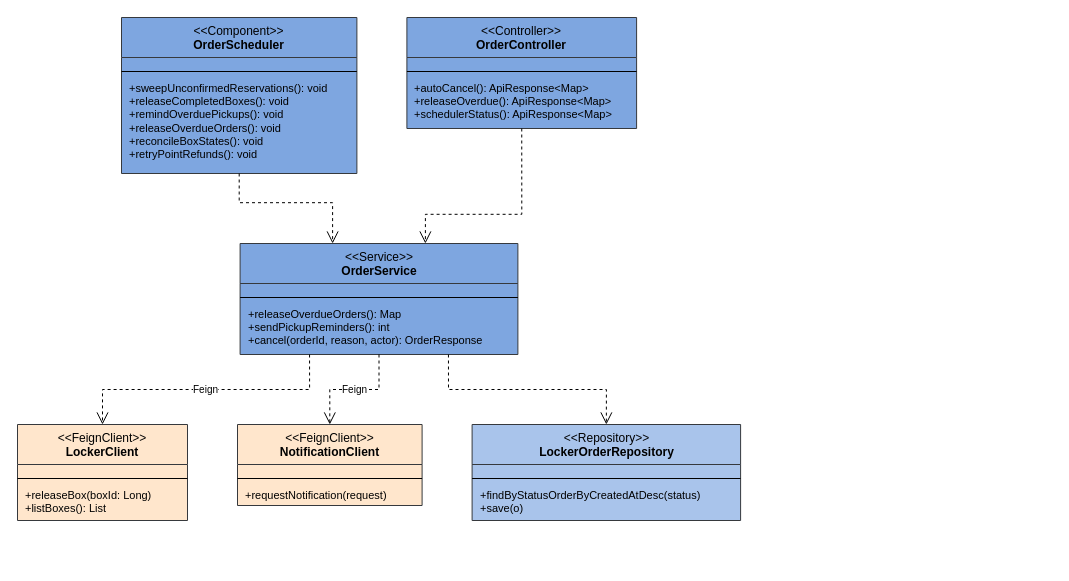
This is rp4/sdd-assets/drawio/cls_scheduler.drawio from LockR-Tech/docs, a draw.io file, before an edit. Source tidied: cells renumbered, new cells numbered last; positions are measured from the earlier drawing's top-left corner, leaving out a move shared by most shapes. Both pictures are drawn from the tidied source at 100%, with x=0, y=0 at pixel (17, 17).
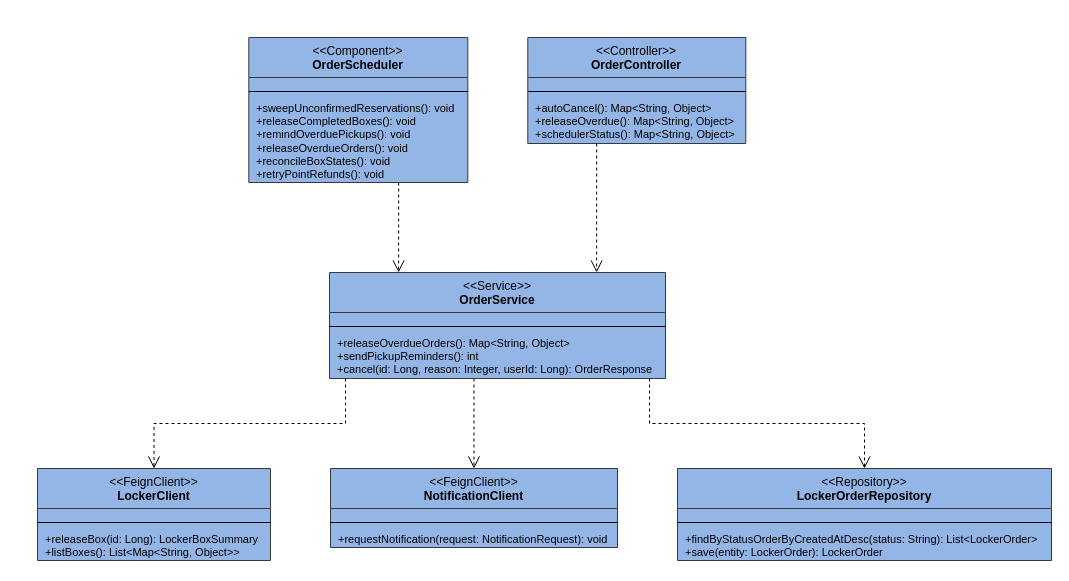
The same page after the edit.

The edit, as a diff of the source:
```diff
@@
-    <mxCell id="2" value="&amp;lt;&amp;lt;Component&amp;gt;&amp;gt;&lt;br&gt;&lt;b&gt;OrderScheduler&lt;/b&gt;" style="swimlane;fontStyle=0;align=center;verticalAlign=top;horizontal=1;startSize=40;html=1;whiteSpace=wrap;fillColor=#7EA6E0;swimlaneFillColor=#7EA6E0;strokeColor=#36393d;fontSize=12;" parent="1" vertex="1">
-      <mxGeometry x="104" width="235.4" height="156" as="geometry" />
+    <mxCell id="2" value="&amp;lt;&amp;lt;Component&amp;gt;&amp;gt;&lt;br&gt;&lt;b&gt;OrderScheduler&lt;/b&gt;" style="swimlane;fontStyle=0;align=center;verticalAlign=top;horizontal=1;startSize=40;html=1;whiteSpace=wrap;fillColor=#94B6E7;swimlaneFillColor=#94B6E7;strokeColor=#36393d;fontSize=12;" parent="1" vertex="1">
+      <mxGeometry x="231.3" y="20" width="219" height="145" as="geometry" />
     </mxCell>
     <mxCell id="3" style="text;strokeColor=none;fillColor=none;align=left;verticalAlign=top;spacingLeft=6;spacingRight=4;overflow=hidden;html=1;whiteSpace=nowrap;fontSize=11;" parent="2" vertex="1">
-      <mxGeometry y="40" width="235.4" height="10" as="geometry" />
+      <mxGeometry y="40" width="219" height="10" as="geometry" />
     </mxCell>
     <mxCell id="4" style="line;strokeWidth=1;fillColor=none;align=left;verticalAlign=middle;spacingTop=-1;spacingLeft=3;spacingRight=3;labelPosition=right;" parent="2" vertex="1">
-      <mxGeometry y="50" width="235.4" height="8" as="geometry" />
+      <mxGeometry y="50" width="219" height="8" as="geometry" />
     </mxCell>
     <mxCell id="5" value="+sweepUnconfirmedReservations(): void&lt;br&gt;+releaseCompletedBoxes(): void&lt;br&gt;+remindOverduePickups(): void&lt;br&gt;+releaseOverdueOrders(): void&lt;br&gt;+reconcileBoxStates(): void&lt;br&gt;+retryPointRefunds(): void" style="text;strokeColor=none;fillColor=none;align=left;verticalAlign=top;spacingLeft=6;spacingRight=4;overflow=hidden;html=1;whiteSpace=nowrap;fontSize=11;" parent="2" vertex="1">
-      <mxGeometry y="58" width="235.4" height="98" as="geometry" />
+      <mxGeometry y="58" width="219" height="87" as="geometry" />
     </mxCell>
-    <mxCell id="6" value="&amp;lt;&amp;lt;Controller&amp;gt;&amp;gt;&lt;br&gt;&lt;b&gt;OrderController&lt;/b&gt;" style="swimlane;fontStyle=0;align=center;verticalAlign=top;horizontal=1;startSize=40;html=1;whiteSpace=wrap;fillColor=#7EA6E0;swimlaneFillColor=#7EA6E0;strokeColor=#36393d;fontSize=12;" parent="1" vertex="1">
-      <mxGeometry x="389.4" width="229.7" height="111" as="geometry" />
+    <mxCell id="6" value="&amp;lt;&amp;lt;Controller&amp;gt;&amp;gt;&lt;br&gt;&lt;b&gt;OrderController&lt;/b&gt;" style="swimlane;fontStyle=0;align=center;verticalAlign=top;horizontal=1;startSize=40;html=1;whiteSpace=wrap;fillColor=#94B6E7;swimlaneFillColor=#94B6E7;strokeColor=#36393d;fontSize=12;" parent="1" vertex="1">
+      <mxGeometry x="510.3" y="20" width="218" height="106" as="geometry" />
     </mxCell>
     <mxCell id="7" style="text;strokeColor=none;fillColor=none;align=left;verticalAlign=top;spacingLeft=6;spacingRight=4;overflow=hidden;html=1;whiteSpace=nowrap;fontSize=11;" parent="6" vertex="1">
-      <mxGeometry y="40" width="229.7" height="10" as="geometry" />
+      <mxGeometry y="40" width="218" height="10" as="geometry" />
     </mxCell>
     <mxCell id="8" style="line;strokeWidth=1;fillColor=none;align=left;verticalAlign=middle;spacingTop=-1;spacingLeft=3;spacingRight=3;labelPosition=right;" parent="6" vertex="1">
-      <mxGeometry y="50" width="229.7" height="8" as="geometry" />
+      <mxGeometry y="50" width="218" height="8" as="geometry" />
     </mxCell>
-    <mxCell id="9" value="+autoCancel(): ApiResponse&amp;lt;Map&amp;gt;&lt;br&gt;+releaseOverdue(): ApiResponse&amp;lt;Map&amp;gt;&lt;br&gt;+schedulerStatus(): ApiResponse&amp;lt;Map&amp;gt;" style="text;strokeColor=none;fillColor=none;align=left;verticalAlign=top;spacingLeft=6;spacingRight=4;overflow=hidden;html=1;whiteSpace=nowrap;fontSize=11;" parent="6" vertex="1">
-      <mxGeometry y="58" width="229.7" height="53" as="geometry" />
+    <mxCell id="9" value="+autoCancel(): Map&amp;lt;String, Object&amp;gt;&lt;br&gt;+releaseOverdue(): Map&amp;lt;String, Object&amp;gt;&lt;br&gt;+schedulerStatus(): Map&amp;lt;String, Object&amp;gt;" style="text;strokeColor=none;fillColor=none;align=left;verticalAlign=top;spacingLeft=6;spacingRight=4;overflow=hidden;html=1;whiteSpace=nowrap;fontSize=11;" parent="6" vertex="1">
+      <mxGeometry y="58" width="218" height="48" as="geometry" />
     </mxCell>
-    <mxCell id="10" value="&amp;lt;&amp;lt;Service&amp;gt;&amp;gt;&lt;br&gt;&lt;b&gt;OrderService&lt;/b&gt;" style="swimlane;fontStyle=0;align=center;verticalAlign=top;horizontal=1;startSize=40;html=1;whiteSpace=wrap;fillColor=#7EA6E0;swimlaneFillColor=#7EA6E0;strokeColor=#36393d;fontSize=12;" parent="1" vertex="1">
-      <mxGeometry x="222.6" y="226" width="277.8" height="111" as="geometry" />
+    <mxCell id="10" value="&amp;lt;&amp;lt;Service&amp;gt;&amp;gt;&lt;br&gt;&lt;b&gt;OrderService&lt;/b&gt;" style="swimlane;fontStyle=0;align=center;verticalAlign=top;horizontal=1;startSize=40;html=1;whiteSpace=wrap;fillColor=#94B6E7;swimlaneFillColor=#94B6E7;strokeColor=#36393d;fontSize=12;" parent="1" vertex="1">
+      <mxGeometry x="312" y="255" width="336" height="106" as="geometry" />
     </mxCell>
     <mxCell id="11" style="text;strokeColor=none;fillColor=none;align=left;verticalAlign=top;spacingLeft=6;spacingRight=4;overflow=hidden;html=1;whiteSpace=nowrap;fontSize=11;" parent="10" vertex="1">
-      <mxGeometry y="40" width="277.8" height="10" as="geometry" />
+      <mxGeometry y="40" width="336" height="10" as="geometry" />
     </mxCell>
     <mxCell id="12" style="line;strokeWidth=1;fillColor=none;align=left;verticalAlign=middle;spacingTop=-1;spacingLeft=3;spacingRight=3;labelPosition=right;" parent="10" vertex="1">
-      <mxGeometry y="50" width="277.8" height="8" as="geometry" />
+      <mxGeometry y="50" width="336" height="8" as="geometry" />
     </mxCell>
-    <mxCell id="13" value="+releaseOverdueOrders(): Map&lt;br&gt;+sendPickupReminders(): int&lt;br&gt;+cancel(orderId, reason, actor): OrderResponse" style="text;strokeColor=none;fillColor=none;align=left;verticalAlign=top;spacingLeft=6;spacingRight=4;overflow=hidden;html=1;whiteSpace=nowrap;fontSize=11;" parent="10" vertex="1">
-      <mxGeometry y="58" width="277.8" height="53" as="geometry" />
+    <mxCell id="13" value="+releaseOverdueOrders(): Map&amp;lt;String, Object&amp;gt;&lt;br&gt;+sendPickupReminders(): int&lt;br&gt;+cancel(id: Long, reason: Integer, userId: Long): OrderResponse" style="text;strokeColor=none;fillColor=none;align=left;verticalAlign=top;spacingLeft=6;spacingRight=4;overflow=hidden;html=1;whiteSpace=nowrap;fontSize=11;" parent="10" vertex="1">
+      <mxGeometry y="58" width="336" height="48" as="geometry" />
     </mxCell>
-    <mxCell id="14" value="&amp;lt;&amp;lt;FeignClient&amp;gt;&amp;gt;&lt;br&gt;&lt;b&gt;LockerClient&lt;/b&gt;" style="swimlane;fontStyle=0;align=center;verticalAlign=top;horizontal=1;startSize=40;html=1;whiteSpace=wrap;fillColor=#FFE6CC;swimlaneFillColor=#FFE6CC;strokeColor=#36393d;fontSize=12;" parent="1" vertex="1">
-      <mxGeometry y="407" width="170" height="96" as="geometry" />
+    <mxCell id="14" value="&amp;lt;&amp;lt;FeignClient&amp;gt;&amp;gt;&lt;br&gt;&lt;b&gt;LockerClient&lt;/b&gt;" style="swimlane;fontStyle=0;align=center;verticalAlign=top;horizontal=1;startSize=40;html=1;whiteSpace=wrap;fillColor=#94B6E7;swimlaneFillColor=#94B6E7;strokeColor=#36393d;fontSize=12;" parent="1" vertex="1">
+      <mxGeometry x="20" y="451" width="233" height="92" as="geometry" />
     </mxCell>
     <mxCell id="15" style="text;strokeColor=none;fillColor=none;align=left;verticalAlign=top;spacingLeft=6;spacingRight=4;overflow=hidden;html=1;whiteSpace=nowrap;fontSize=11;" parent="14" vertex="1">
-      <mxGeometry y="40" width="170" height="10" as="geometry" />
+      <mxGeometry y="40" width="233" height="10" as="geometry" />
     </mxCell>
     <mxCell id="16" style="line;strokeWidth=1;fillColor=none;align=left;verticalAlign=middle;spacingTop=-1;spacingLeft=3;spacingRight=3;labelPosition=right;" parent="14" vertex="1">
-      <mxGeometry y="50" width="170" height="8" as="geometry" />
+      <mxGeometry y="50" width="233" height="8" as="geometry" />
     </mxCell>
-    <mxCell id="17" value="+releaseBox(boxId: Long)&lt;br&gt;+listBoxes(): List" style="text;strokeColor=none;fillColor=none;align=left;verticalAlign=top;spacingLeft=6;spacingRight=4;overflow=hidden;html=1;whiteSpace=nowrap;fontSize=11;" parent="14" vertex="1">
-      <mxGeometry y="58" width="170" height="38" as="geometry" />
+    <mxCell id="17" value="+releaseBox(id: Long): LockerBoxSummary&lt;br&gt;+listBoxes(): List&amp;lt;Map&amp;lt;String, Object&amp;gt;&amp;gt;" style="text;strokeColor=none;fillColor=none;align=left;verticalAlign=top;spacingLeft=6;spacingRight=4;overflow=hidden;html=1;whiteSpace=nowrap;fontSize=11;" parent="14" vertex="1">
+      <mxGeometry y="58" width="233" height="34" as="geometry" />
     </mxCell>
-    <mxCell id="18" value="&amp;lt;&amp;lt;FeignClient&amp;gt;&amp;gt;&lt;br&gt;&lt;b&gt;NotificationClient&lt;/b&gt;" style="swimlane;fontStyle=0;align=center;verticalAlign=top;horizontal=1;startSize=40;html=1;whiteSpace=wrap;fillColor=#FFE6CC;swimlaneFillColor=#FFE6CC;strokeColor=#36393d;fontSize=12;" parent="1" vertex="1">
-      <mxGeometry x="220" y="407" width="184.6" height="81" as="geometry" />
+    <mxCell id="18" value="&amp;lt;&amp;lt;FeignClient&amp;gt;&amp;gt;&lt;br&gt;&lt;b&gt;NotificationClient&lt;/b&gt;" style="swimlane;fontStyle=0;align=center;verticalAlign=top;horizontal=1;startSize=40;html=1;whiteSpace=wrap;fillColor=#94B6E7;swimlaneFillColor=#94B6E7;strokeColor=#36393d;fontSize=12;" parent="1" vertex="1">
+      <mxGeometry x="313" y="451" width="287" height="79" as="geometry" />
     </mxCell>
     <mxCell id="19" style="text;strokeColor=none;fillColor=none;align=left;verticalAlign=top;spacingLeft=6;spacingRight=4;overflow=hidden;html=1;whiteSpace=nowrap;fontSize=11;" parent="18" vertex="1">
-      <mxGeometry y="40" width="184.6" height="10" as="geometry" />
+      <mxGeometry y="40" width="287" height="10" as="geometry" />
     </mxCell>
     <mxCell id="20" style="line;strokeWidth=1;fillColor=none;align=left;verticalAlign=middle;spacingTop=-1;spacingLeft=3;spacingRight=3;labelPosition=right;" parent="18" vertex="1">
-      <mxGeometry y="50" width="184.6" height="8" as="geometry" />
+      <mxGeometry y="50" width="287" height="8" as="geometry" />
     </mxCell>
-    <mxCell id="21" value="+requestNotification(request)" style="text;strokeColor=none;fillColor=none;align=left;verticalAlign=top;spacingLeft=6;spacingRight=4;overflow=hidden;html=1;whiteSpace=nowrap;fontSize=11;" parent="18" vertex="1">
-      <mxGeometry y="58" width="184.6" height="23" as="geometry" />
+    <mxCell id="21" value="+requestNotification(request: NotificationRequest): void" style="text;strokeColor=none;fillColor=none;align=left;verticalAlign=top;spacingLeft=6;spacingRight=4;overflow=hidden;html=1;whiteSpace=nowrap;fontSize=11;" parent="18" vertex="1">
+      <mxGeometry y="58" width="287" height="21" as="geometry" />
     </mxCell>
-    <mxCell id="22" value="&amp;lt;&amp;lt;Repository&amp;gt;&amp;gt;&lt;br&gt;&lt;b&gt;LockerOrderRepository&lt;/b&gt;" style="swimlane;fontStyle=0;align=center;verticalAlign=top;horizontal=1;startSize=40;html=1;whiteSpace=wrap;fillColor=#A9C4EB;swimlaneFillColor=#A9C4EB;strokeColor=#36393d;fontSize=12;" parent="1" vertex="1">
-      <mxGeometry x="454.6" y="407" width="268.5" height="96" as="geometry" />
+    <mxCell id="22" value="&amp;lt;&amp;lt;Repository&amp;gt;&amp;gt;&lt;br&gt;&lt;b&gt;LockerOrderRepository&lt;/b&gt;" style="swimlane;fontStyle=0;align=center;verticalAlign=top;horizontal=1;startSize=40;html=1;whiteSpace=wrap;fillColor=#94B6E7;swimlaneFillColor=#94B6E7;strokeColor=#36393d;fontSize=12;" parent="1" vertex="1">
+      <mxGeometry x="660" y="451" width="374" height="92" as="geometry" />
     </mxCell>
     <mxCell id="23" style="text;strokeColor=none;fillColor=none;align=left;verticalAlign=top;spacingLeft=6;spacingRight=4;overflow=hidden;html=1;whiteSpace=nowrap;fontSize=11;" parent="22" vertex="1">
-      <mxGeometry y="40" width="268.5" height="10" as="geometry" />
+      <mxGeometry y="40" width="374" height="10" as="geometry" />
     </mxCell>
     <mxCell id="24" style="line;strokeWidth=1;fillColor=none;align=left;verticalAlign=middle;spacingTop=-1;spacingLeft=3;spacingRight=3;labelPosition=right;" parent="22" vertex="1">
-      <mxGeometry y="50" width="268.5" height="8" as="geometry" />
+      <mxGeometry y="50" width="374" height="8" as="geometry" />
     </mxCell>
-    <mxCell id="25" value="+findByStatusOrderByCreatedAtDesc(status)&lt;br&gt;+save(o)" style="text;strokeColor=none;fillColor=none;align=left;verticalAlign=top;spacingLeft=6;spacingRight=4;overflow=hidden;html=1;whiteSpace=nowrap;fontSize=11;" parent="22" vertex="1">
-      <mxGeometry y="58" width="268.5" height="38" as="geometry" />
+    <mxCell id="25" value="+findByStatusOrderByCreatedAtDesc(status: String): List&amp;lt;LockerOrder&amp;gt;&lt;br&gt;+save(entity: LockerOrder): LockerOrder" style="text;strokeColor=none;fillColor=none;align=left;verticalAlign=top;spacingLeft=6;spacingRight=4;overflow=hidden;html=1;whiteSpace=nowrap;fontSize=11;" parent="22" vertex="1">
+      <mxGeometry y="58" width="374" height="34" as="geometry" />
     </mxCell>
-    <mxCell id="26" style="edgeStyle=orthogonalEdgeStyle;rounded=0;html=1;dashed=1;endArrow=open;endSize=10;fontSize=10;labelBackgroundColor=#ffffff;exitX=0.500;exitY=1;exitDx=0;exitDy=0;entryX=0.333;entryY=0;entryDx=0;entryDy=0;" parent="1" edge="1" source="2" target="10">
-      <mxGeometry relative="1" as="geometry">
-        <Array as="points">
-          <mxPoint x="221.7" y="185.2" />
-          <mxPoint x="315.2" y="185.2" />
-        </Array>
-      </mxGeometry>
+    <mxCell id="26" style="edgeStyle=none;rounded=0;html=1;fontSize=10;labelBackgroundColor=#ffffff;strokeColor=#000000;dashed=1;endArrow=open;endSize=10;exitX=0.4300;exitY=1.0000;exitDx=0;exitDy=0;exitPerimeter=0;entryX=0.5000;entryY=0.0000;entryDx=0;entryDy=0;entryPerimeter=0;" parent="1" edge="1" source="10" target="18">
+      <mxGeometry relative="1" as="geometry" />
     </mxCell>
-    <mxCell id="27" style="edgeStyle=orthogonalEdgeStyle;rounded=0;html=1;dashed=1;endArrow=open;endSize=10;fontSize=10;labelBackgroundColor=#ffffff;exitX=0.500;exitY=1;exitDx=0;exitDy=0;entryX=0.667;entryY=0;entryDx=0;entryDy=0;" parent="1" edge="1" source="6" target="10">
-      <mxGeometry relative="1" as="geometry">
-        <Array as="points">
-          <mxPoint x="504.3" y="196.8" />
-          <mxPoint x="407.8" y="196.8" />
-        </Array>
-      </mxGeometry>
+    <mxCell id="27" style="edgeStyle=none;rounded=0;html=1;fontSize=10;labelBackgroundColor=#ffffff;strokeColor=#000000;dashed=1;endArrow=open;endSize=10;exitX=0.6844;exitY=1.0000;exitDx=0;exitDy=0;exitPerimeter=0;entryX=0.2057;entryY=0.0000;entryDx=0;entryDy=0;entryPerimeter=0;" parent="1" edge="1" source="2" target="10">
+      <mxGeometry relative="1" as="geometry" />
     </mxCell>
-    <mxCell id="28" value="Feign" style="edgeStyle=orthogonalEdgeStyle;rounded=0;html=1;dashed=1;endArrow=open;endSize=10;fontSize=10;labelBackgroundColor=#ffffff;exitX=0.250;exitY=1;exitDx=0;exitDy=0;entryX=0.500;entryY=0;entryDx=0;entryDy=0;" parent="1" edge="1" source="10" target="14">
-      <mxGeometry relative="1" as="geometry">
-        <Array as="points">
-          <mxPoint x="292.1" y="372" />
-          <mxPoint x="85" y="372" />
-        </Array>
-      </mxGeometry>
+    <mxCell id="28" style="edgeStyle=none;rounded=0;html=1;fontSize=10;labelBackgroundColor=#ffffff;strokeColor=#000000;dashed=1;endArrow=open;endSize=10;exitX=0.3159;exitY=1.0000;exitDx=0;exitDy=0;exitPerimeter=0;entryX=0.7950;entryY=0.0000;entryDx=0;entryDy=0;entryPerimeter=0;" parent="1" edge="1" source="6" target="10">
+      <mxGeometry relative="1" as="geometry" />
     </mxCell>
-    <mxCell id="29" value="Feign" style="edgeStyle=orthogonalEdgeStyle;rounded=0;html=1;dashed=1;endArrow=open;endSize=10;fontSize=10;labelBackgroundColor=#ffffff;exitX=0.500;exitY=1;exitDx=0;exitDy=0;entryX=0.500;entryY=0;entryDx=0;entryDy=0;" parent="1" edge="1" source="10" target="18">
+    <mxCell id="29" style="edgeStyle=none;rounded=0;html=1;fontSize=10;labelBackgroundColor=#ffffff;strokeColor=#000000;dashed=1;endArrow=open;endSize=10;exitX=0.0476;exitY=1.0000;exitDx=0;exitDy=0;exitPerimeter=0;entryX=0.5000;entryY=0.0000;entryDx=0;entryDy=0;entryPerimeter=0;" parent="1" edge="1" source="10" target="14">
       <mxGeometry relative="1" as="geometry">
         <Array as="points">
-          <mxPoint x="361.5" y="372" />
-          <mxPoint x="312.3" y="372" />
+          <mxPoint x="328" y="406" />
+          <mxPoint x="136.5" y="406" />
         </Array>
       </mxGeometry>
     </mxCell>
-    <mxCell id="30" style="edgeStyle=orthogonalEdgeStyle;rounded=0;html=1;dashed=1;endArrow=open;endSize=10;fontSize=10;labelBackgroundColor=#ffffff;exitX=0.750;exitY=1;exitDx=0;exitDy=0;entryX=0.500;entryY=0;entryDx=0;entryDy=0;" parent="1" edge="1" source="10" target="22">
+    <mxCell id="30" style="edgeStyle=none;rounded=0;html=1;fontSize=10;labelBackgroundColor=#ffffff;strokeColor=#000000;dashed=1;endArrow=open;endSize=10;exitX=0.9524;exitY=1.0000;exitDx=0;exitDy=0;exitPerimeter=0;entryX=0.5000;entryY=0.0000;entryDx=0;entryDy=0;entryPerimeter=0;" parent="1" edge="1" source="10" target="22">
       <mxGeometry relative="1" as="geometry">
         <Array as="points">
-          <mxPoint x="431" y="372" />
-          <mxPoint x="588.8" y="372" />
+          <mxPoint x="632" y="406" />
+          <mxPoint x="847" y="406" />
         </Array>
       </mxGeometry>
     </mxCell>
```
